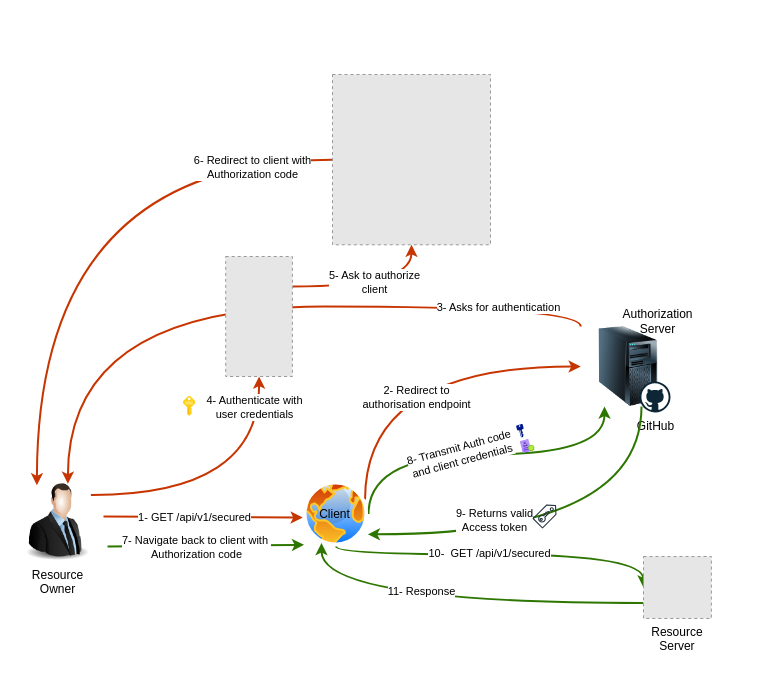
This is page "Page-2" (2 of 2) of social-login.drawio from ali-bouali/oauth2-social-login, a draw.io file, before an edit. Source tidied: cells renumbered, new cells numbered last; positions are measured from the earlier drawing's top-left corner, leaving out a move shared by most shapes. Both pictures are drawn from the tidied source at 100%, with x=0, y=0 at pixel (17, 74). Pictures stored in the file or linked from it are replaced by grey dashed boxes.
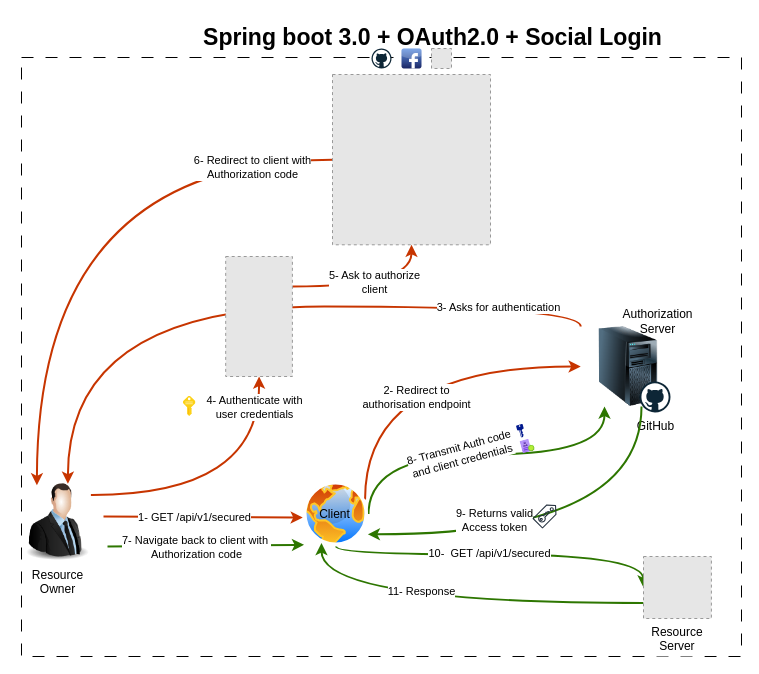
Above is the later version.

Change to the diagram source:
```diff
@@
+    <mxCell id="39" style="rounded=0;whiteSpace=wrap;html=1;shadow=0;glass=0;sketch=0;fontSize=23;fillColor=none;dashed=1;dashPattern=12 12;" parent="1" vertex="1">
+      <mxGeometry x="4" y="-17" width="720" height="599" as="geometry" />
+    </mxCell>
@@
+    <mxCell id="40" value="Spring boot 3.0 + OAuth2.0 + Social Login" style="text;html=1;align=center;verticalAlign=middle;strokeColor=none;fillColor=none;fontStyle=1;fontSize=23;" parent="1" vertex="1">
+      <mxGeometry x="176.5" y="-57" width="477" height="40" as="geometry" />
+    </mxCell>
+    <mxCell id="41" style="dashed=0;html=1;align=center;labelPosition=center;verticalLabelPosition=bottom;verticalAlign=top;shape=mxgraph.weblogos.github;sketch=0;fontSize=23;fillColor=default;" parent="1" vertex="1">
+      <mxGeometry x="354" y="-26" width="20" height="20" as="geometry" />
+    </mxCell>
+    <mxCell id="42" style="dashed=0;html=1;align=center;labelPosition=center;verticalLabelPosition=bottom;verticalAlign=top;shape=mxgraph.webicons.facebook;fillColor=#6294E4;gradientColor=#1A2665;sketch=0;fontSize=23;" parent="1" vertex="1">
+      <mxGeometry x="384" y="-26" width="20" height="20" as="geometry" />
+    </mxCell>
+    <mxCell id="43" style="fillColor=#E6E6E6;strokeColor=#999999;dashed=1;verticalLabelPosition=bottom;labelBackgroundColor=default;verticalAlign=top;" parent="1" vertex="1">
+      <mxGeometry x="414" y="-26" width="20" height="20" as="geometry" />
+    </mxCell>
```
